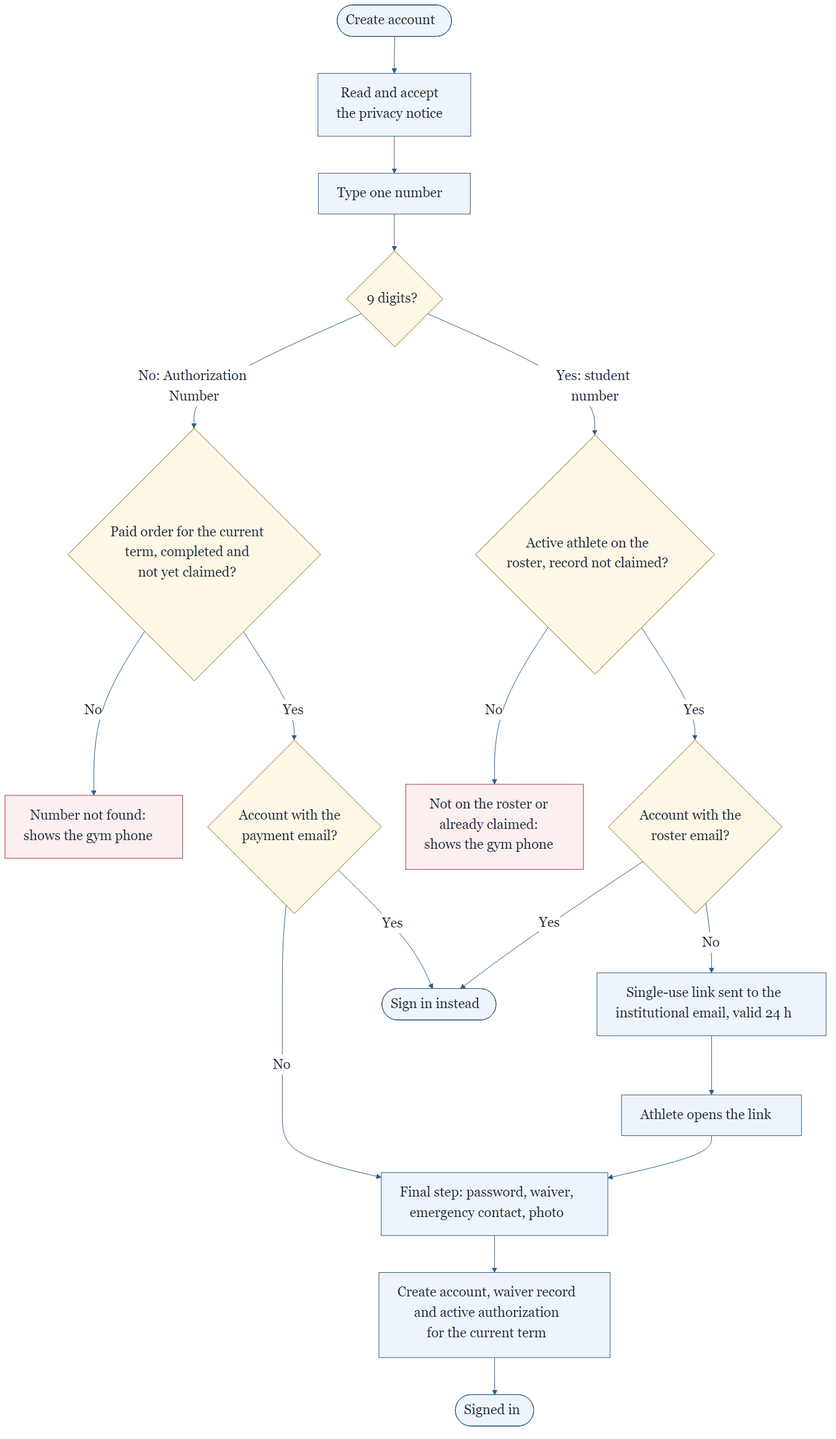
This is docs/progress_report/diagrams/02_account_creation.png from Th3-Minorities/natatorio-gym-app, a Mermaid export, as it was before one commit. Its source is kept beside it as docs/progress_report/diagrams/02_account_creation.mmd.
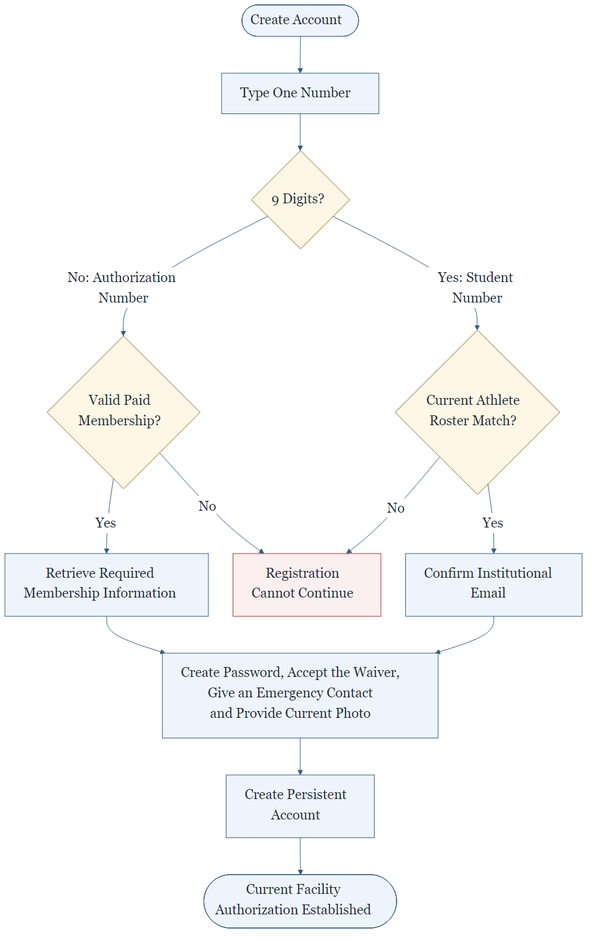
Later version of the same file.

Commit message:
Return the design diagrams to the proposal's versions with only design changes applied: one number field, waiver and contact, academic terms, 2-hour sessions and separate staff accounts

The edit, as a diff of the source:
```diff
@@ -1,27 +1,18 @@
 flowchart TB
-  A(["Create account"]) --> P["Read and accept<br/>the privacy notice"]
-  P --> N["Type one number"]
-  N --> Q{"9 digits?"}
-
-  Q -->|"No: Authorization Number"| PO{"Paid order for the current<br/>term, completed and<br/>not yet claimed?"}
-  PO -->|No| E1["Number not found:<br/>shows the gym phone"]
-  PO -->|Yes| PE{"Account with the<br/>payment email?"}
-
-  Q -->|"Yes: student number"| R{"Active athlete on the<br/>roster, record not claimed?"}
-  R -->|No| E2["Not on the roster or<br/>already claimed:<br/>shows the gym phone"]
-  R -->|Yes| RE{"Account with the<br/>roster email?"}
-  RE -->|No| L["Single-use link sent to the<br/>institutional email, valid 24 h"]
-  L --> O["Athlete opens the link"]
-
-  PE -->|Yes| SI(["Sign in instead"])
-  RE -->|Yes| SI
-
-  PE -->|No| F["Final step: password, waiver,<br/>emergency contact, photo"]
-  O --> F
-  F --> C["Create account, waiver record<br/>and active authorization<br/>for the current term"]
-  C --> D(["Signed in"])
+  S(["Create Account"]) --> T["Type One Number"]
+  T --> Q{"9 Digits?"}
+  Q -->|"No: Authorization Number"| PO{"Valid Paid<br/>Membership?"}
+  Q -->|"Yes: Student Number"| R{"Current Athlete<br/>Roster Match?"}
+  PO -->|Yes| RI["Retrieve Required<br/>Membership Information"]
+  PO -->|No| E1["Registration<br/>Cannot Continue"]
+  R -->|No| E1
+  R -->|Yes| CE["Confirm Institutional<br/>Email"]
+  RI --> PW["Create Password, Accept the Waiver,<br/>Give an Emergency Contact<br/>and Provide Current Photo"]
+  CE --> PW
+  PW --> CA["Create Persistent<br/>Account"]
+  CA --> F(["Current Facility<br/>Authorization Established"])
 
   classDef stop fill:#FCEFEF,stroke:#A33A3A
   classDef choice fill:#FFF7E6,stroke:#8A6A1F
-  class E1,E2 stop
-  class Q,PO,PE,R,RE choice
+  class E1 stop
+  class Q,PO,R choice
```
